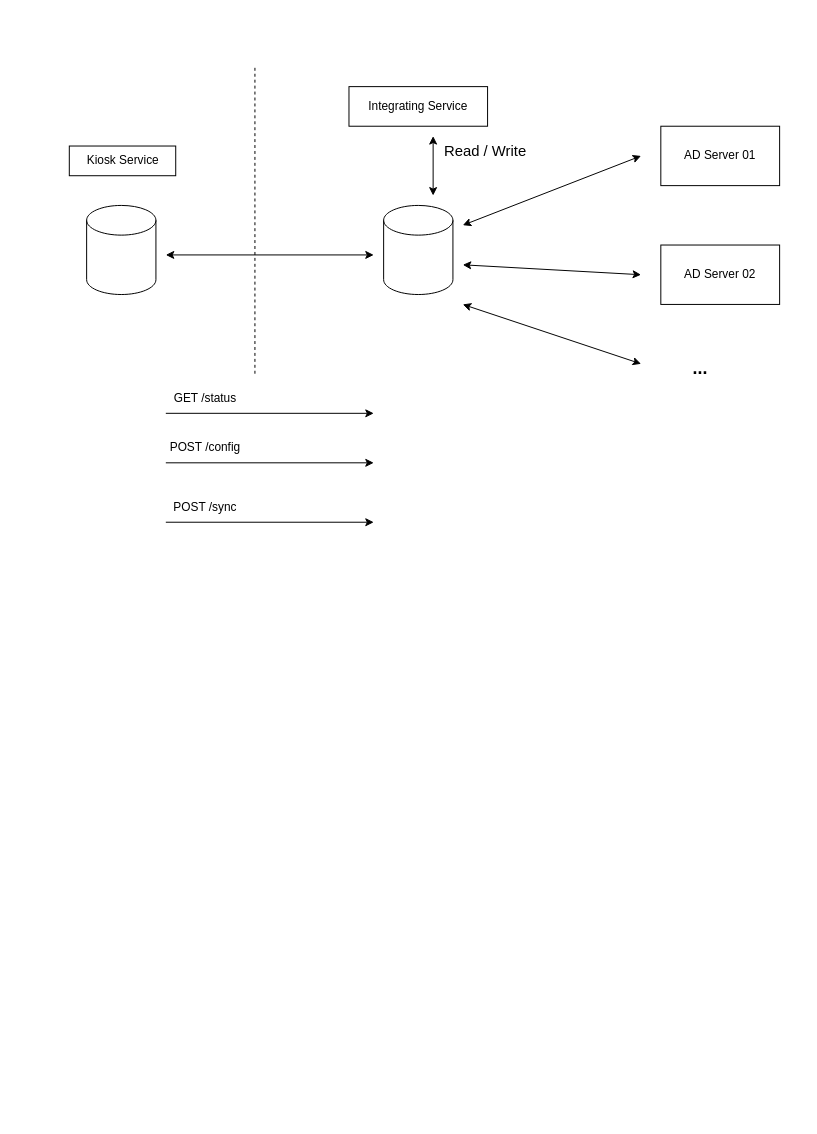
Before: Untitled Diagram.drawio in elq81hc/diagrams, a draw.io diagram. Source tidied: cells renumbered, new cells numbered last; positions are measured from the earlier drawing's top-left corner, leaving out a move shared by most shapes. Both pictures are drawn from the tidied source at 99%, with x=0, y=0 at pixel (68, 66).
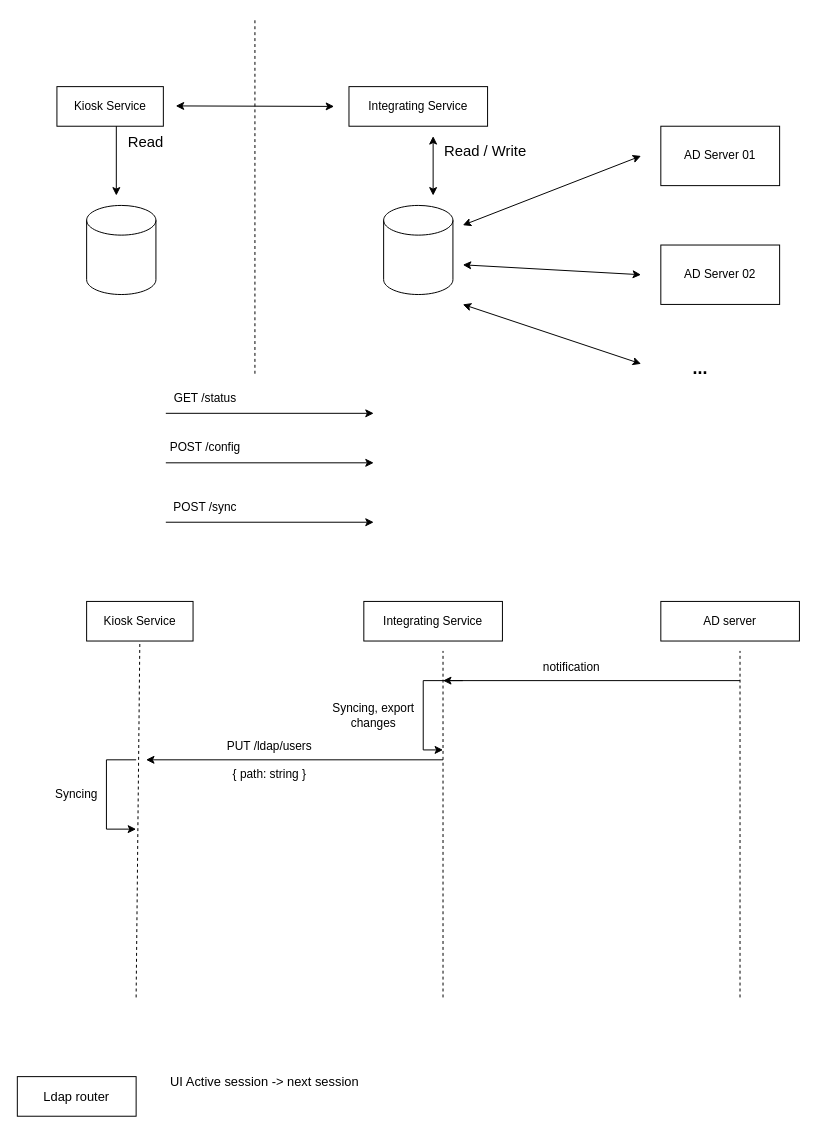
The same diagram, later.

What changed in the source:
```diff
@@
     <mxCell id="3" value="Kiosk Service" style="rounded=0;whiteSpace=wrap;html=1;" parent="1" vertex="1">
-      <mxGeometry x="0.5" y="80" width="107.5" height="30" as="geometry" />
+      <mxGeometry x="-12" y="20" width="107.5" height="40" as="geometry" />
     </mxCell>
@@
     <mxCell id="8" style="endArrow=none;dashed=1;html=1;rounded=0;" parent="1" edge="1">
       <mxGeometry relative="1" as="geometry">
         <mxPoint x="188" y="310" as="sourcePoint" />
-        <mxPoint x="188" as="targetPoint" />
+        <mxPoint x="188" y="-50" as="targetPoint" />
       </mxGeometry>
     </mxCell>
@@
-    <mxCell id="11" style="endArrow=classic;startArrow=classic;html=1;rounded=0;" parent="1" edge="1">
-      <mxGeometry relative="1" as="geometry">
-        <mxPoint x="98" y="190" as="sourcePoint" />
-        <mxPoint x="308" y="190" as="targetPoint" />
-      </mxGeometry>
-    </mxCell>
@@
+    <mxCell id="22" style="endArrow=none;html=1;rounded=0;endFill=0;startArrow=classic;startFill=1;" parent="1" edge="1">
+      <mxGeometry relative="1" as="geometry">
+        <mxPoint x="48" y="130" as="sourcePoint" />
+        <mxPoint x="48" y="60" as="targetPoint" />
+      </mxGeometry>
+    </mxCell>
+    <mxCell id="23" value="&lt;font style=&quot;font-size: 15px&quot;&gt;Read&lt;/font&gt;" style="text;html=1;strokeColor=none;fillColor=none;align=center;verticalAlign=middle;whiteSpace=wrap;rounded=0;" parent="1" vertex="1">
+      <mxGeometry x="48" y="60" width="60" height="30" as="geometry" />
+    </mxCell>
+    <mxCell id="24" style="endArrow=classic;startArrow=classic;html=1;rounded=0;" parent="1" edge="1">
+      <mxGeometry relative="1" as="geometry">
+        <mxPoint x="108" y="39.5" as="sourcePoint" />
+        <mxPoint x="268" y="40" as="targetPoint" />
+      </mxGeometry>
+    </mxCell>
+    <mxCell id="25" value="Integrating Service" style="rounded=0;whiteSpace=wrap;html=1;" parent="1" vertex="1">
+      <mxGeometry x="298" y="540" width="140" height="40" as="geometry" />
+    </mxCell>
+    <mxCell id="26" style="endArrow=none;dashed=1;html=1;rounded=0;fontSize=15;entryX=0.5;entryY=1;entryDx=0;entryDy=0;" parent="1" edge="1" target="27">
+      <mxGeometry relative="1" as="geometry">
+        <mxPoint x="68" y="940" as="sourcePoint" />
+      </mxGeometry>
+    </mxCell>
+    <mxCell id="27" value="Kiosk Service" style="rounded=0;whiteSpace=wrap;html=1;" parent="1" vertex="1">
+      <mxGeometry x="18" y="540" width="107.5" height="40" as="geometry" />
+    </mxCell>
+    <mxCell id="28" style="endArrow=none;dashed=1;html=1;rounded=0;fontSize=15;entryX=0.5;entryY=1;entryDx=0;entryDy=0;" parent="1" edge="1">
+      <mxGeometry relative="1" as="geometry">
+        <mxPoint x="378" y="940" as="sourcePoint" />
+        <mxPoint x="378" y="590" as="targetPoint" />
+      </mxGeometry>
+    </mxCell>
+    <mxCell id="29" value="AD server" style="rounded=0;whiteSpace=wrap;html=1;" parent="1" vertex="1">
+      <mxGeometry x="598" y="540" width="140" height="40" as="geometry" />
+    </mxCell>
+    <mxCell id="30" style="endArrow=none;dashed=1;html=1;rounded=0;fontSize=15;entryX=0.5;entryY=1;entryDx=0;entryDy=0;" parent="1" edge="1">
+      <mxGeometry relative="1" as="geometry">
+        <mxPoint x="678" y="940" as="sourcePoint" />
+        <mxPoint x="678" y="590" as="targetPoint" />
+      </mxGeometry>
+    </mxCell>
+    <mxCell id="31" style="endArrow=classic;html=1;rounded=0;fontSize=15;" parent="1" edge="1">
+      <mxGeometry relative="1" as="geometry">
+        <mxPoint x="378" y="700" as="sourcePoint" />
+        <mxPoint x="78" y="700" as="targetPoint" />
+      </mxGeometry>
+    </mxCell>
+    <mxCell id="32" value="&lt;font style=&quot;font-size: 12px&quot;&gt;notification&lt;/font&gt;" style="text;html=1;strokeColor=none;fillColor=none;align=center;verticalAlign=middle;whiteSpace=wrap;rounded=0;fontSize=15;" parent="1" vertex="1">
+      <mxGeometry x="478" y="590" width="60" height="30" as="geometry" />
+    </mxCell>
+    <mxCell id="33" style="endArrow=classic;html=1;rounded=0;fontSize=12;" parent="1" edge="1">
+      <mxGeometry relative="1" as="geometry">
+        <mxPoint x="398" y="620" as="sourcePoint" />
+        <mxPoint x="378" y="690" as="targetPoint" />
+        <Array as="points">
+          <mxPoint x="358" y="620" />
+          <mxPoint x="358" y="690" />
+        </Array>
+      </mxGeometry>
+    </mxCell>
+    <mxCell id="34" value="Syncing, export changes" style="text;html=1;strokeColor=none;fillColor=none;align=center;verticalAlign=middle;whiteSpace=wrap;rounded=0;fontSize=12;" parent="1" vertex="1">
+      <mxGeometry x="258" y="640" width="100" height="30" as="geometry" />
+    </mxCell>
+    <mxCell id="35" style="endArrow=classic;html=1;rounded=0;fontSize=15;" parent="1" edge="1">
+      <mxGeometry relative="1" as="geometry">
+        <mxPoint x="678" y="620" as="sourcePoint" />
+        <mxPoint x="378" y="620" as="targetPoint" />
+      </mxGeometry>
+    </mxCell>
+    <mxCell id="36" value="&lt;font style=&quot;font-size: 12px&quot;&gt;PUT /ldap/users&lt;/font&gt;" style="text;html=1;strokeColor=none;fillColor=none;align=center;verticalAlign=middle;whiteSpace=wrap;rounded=0;fontSize=15;" parent="1" vertex="1">
+      <mxGeometry x="138" y="670" width="130" height="30" as="geometry" />
+    </mxCell>
+    <mxCell id="37" value="{ path: string }" style="text;html=1;strokeColor=none;fillColor=none;align=center;verticalAlign=middle;whiteSpace=wrap;rounded=0;fontSize=12;" parent="1" vertex="1">
+      <mxGeometry x="143" y="700" width="120" height="30" as="geometry" />
+    </mxCell>
+    <mxCell id="38" value="Syncing" style="text;html=1;strokeColor=none;fillColor=none;align=center;verticalAlign=middle;whiteSpace=wrap;rounded=0;fontSize=12;" parent="1" vertex="1">
+      <mxGeometry x="-22" y="720" width="60" height="30" as="geometry" />
+    </mxCell>
+    <mxCell id="39" style="endArrow=classic;html=1;rounded=0;fontSize=12;" parent="1" edge="1">
+      <mxGeometry relative="1" as="geometry">
+        <mxPoint x="68" y="700" as="sourcePoint" />
+        <mxPoint x="68" y="770" as="targetPoint" />
+        <Array as="points">
+          <mxPoint x="38" y="700" />
+          <mxPoint x="38" y="770" />
+        </Array>
+      </mxGeometry>
+    </mxCell>
+    <mxCell id="40" value="UI Active session -&amp;gt; next session" style="text;html=1;strokeColor=none;fillColor=none;align=center;verticalAlign=middle;whiteSpace=wrap;rounded=0;fontSize=13;" parent="1" vertex="1">
+      <mxGeometry x="78" y="1010" width="240" height="30" as="geometry" />
+    </mxCell>
+    <mxCell id="41" value="Ldap router" style="rounded=0;whiteSpace=wrap;html=1;fontSize=13;" parent="1" vertex="1">
+      <mxGeometry x="-52" y="1020" width="120" height="40" as="geometry" />
+    </mxCell>
```
